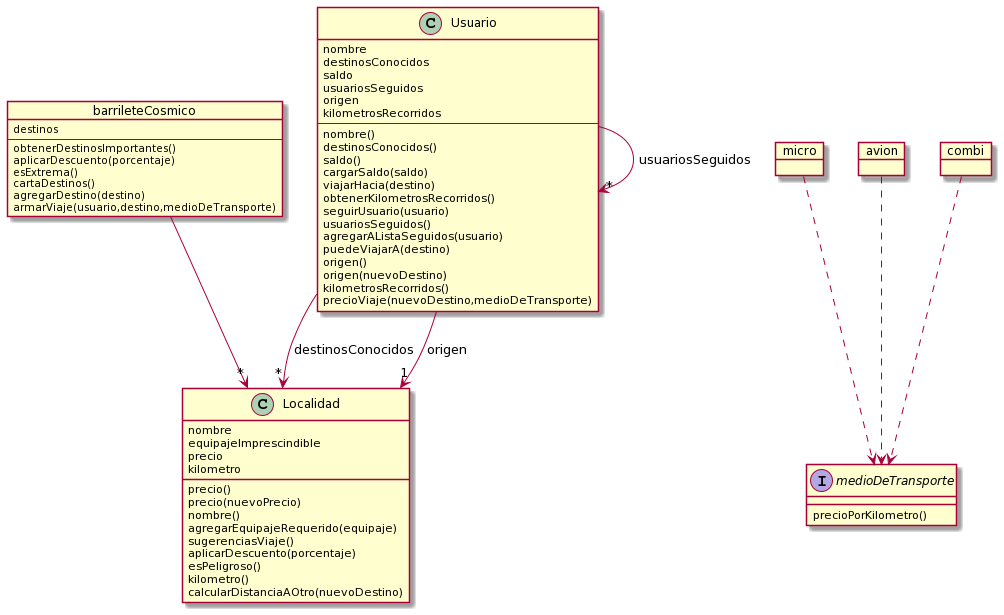
horosco95/2020-pdep-tp-objetos-grupal keeps this PlantUML diagram as diagrama-estatico-2da-entrega.png. Above is the earlier version. Source of this version:
```plantuml
@startuml
object barrileteCosmico {
destinos
--
obtenerDestinosImportantes()
aplicarDescuento(porcentaje)
esExtrema()
cartaDestinos()
agregarDestino(destino)
armarViaje(usuario,destino,medioDeTransporte)
}

class Localidad {
nombre
equipajeImprescindible
precio
kilometro
precio()
precio(nuevoPrecio)
nombre()
agregarEquipajeRequerido(equipaje)
sugerenciasViaje()
aplicarDescuento(porcentaje)
esPeligroso()
kilometro()
calcularDistanciaAOtro(nuevoDestino)
}

class Usuario {
nombre
destinosConocidos
saldo
usuariosSeguidos
origen
kilometrosRecorridos
--
nombre()
destinosConocidos()
saldo()
cargarSaldo(saldo)
viajarHacia(destino)
obtenerKilometrosRecorridos()
seguirUsuario(usuario)
usuariosSeguidos()
agregarAListaSeguidos(usuario)
puedeViajarA(destino)
origen()
origen(nuevoDestino)
kilometrosRecorridos()
precioViaje(nuevoDestino,medioDeTransporte)
}

object micro {

}

object avion {

}

object combi {

}

interface medioDeTransporte {

precioPorKilometro()
}

barrileteCosmico -->"*" Localidad

Usuario -->"*" Usuario : usuariosSeguidos
Usuario -->"*"Localidad :destinosConocidos
Usuario -->"1"Localidad :origen

micro ..> medioDeTransporte
avion ..> medioDeTransporte
combi ..> medioDeTransporte
@enduml
```
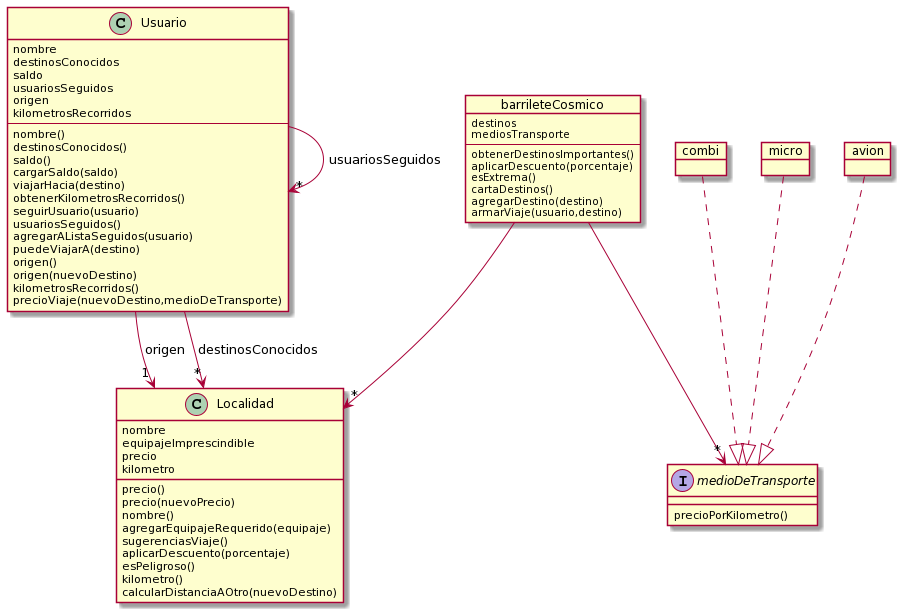
Above is the later version.

Commit message:
fix barrileteCosmico: armarViaje()+ atrib:mediosTransporte + test

update correcciones sobre el codigo + test vinculados a los metodos
corregidos y otros cambios menores. diagrama estatico actualizado

Diff of the diagram source:
```diff
@@ -1,13 +1,14 @@
 @startuml
 object barrileteCosmico {
 destinos
+mediosTransporte
 --
 obtenerDestinosImportantes()
 aplicarDescuento(porcentaje)
 esExtrema()
 cartaDestinos()
 agregarDestino(destino)
-armarViaje(usuario,destino,medioDeTransporte)
+armarViaje(usuario,destino)
 }
 
 class Localidad {
@@ -51,29 +52,26 @@
 }
 
 object micro {
-
 }
 
 object avion {
-
 }
 
 object combi {
-
 }
 
 interface medioDeTransporte {
-
 precioPorKilometro()
 }
 
 barrileteCosmico -->"*" Localidad
+barrileteCosmico -->"*" medioDeTransporte
 
 Usuario -->"*" Usuario : usuariosSeguidos
 Usuario -->"*"Localidad :destinosConocidos
 Usuario -->"1"Localidad :origen
 
-micro ..> medioDeTransporte
-avion ..> medioDeTransporte
-combi ..> medioDeTransporte
+micro ..|> medioDeTransporte
+avion ..|> medioDeTransporte
+combi ..|> medioDeTransporte
 @enduml
```
